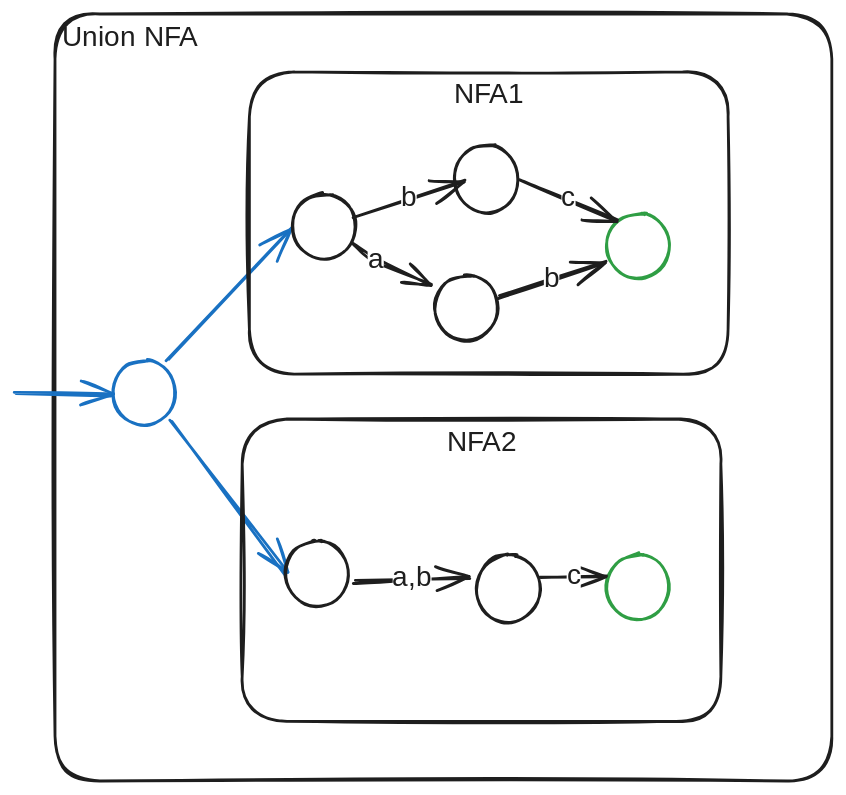
This is notes/media/union-2.excalidraw.svg from vk-cs-foundations-fall-25/shared-notes, a Excalidraw export, as it was before one commit. Source tidied: one line per element, renumbered; positions are measured from the earlier drawing's top-left corner, leaving out a move shared by most shapes.
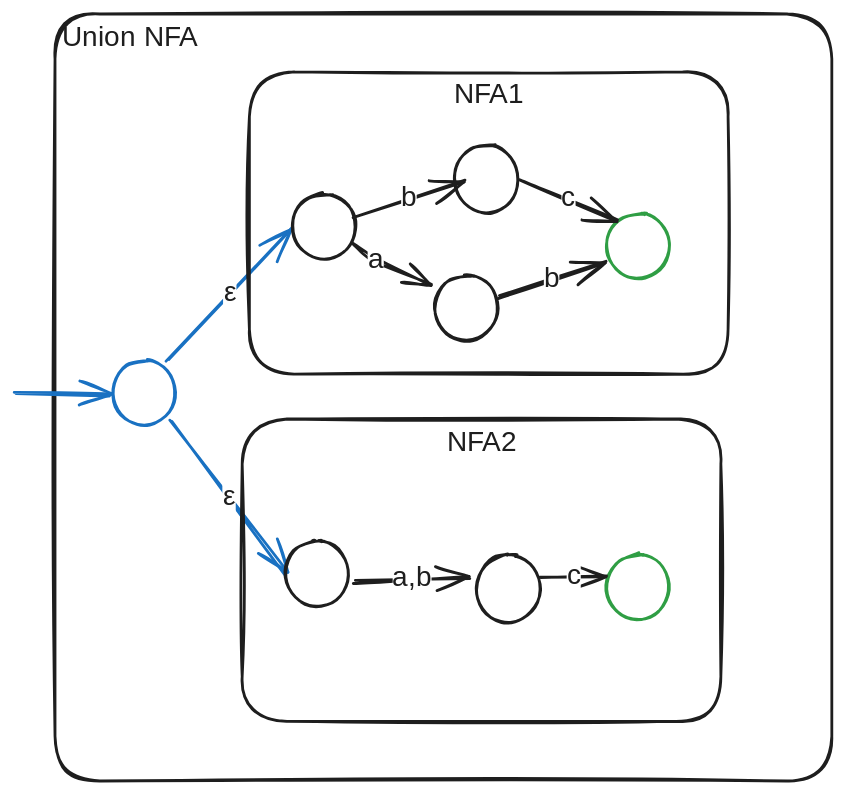
After the change.

The edit, as a diff of the source:
```diff
@@ -2,8 +2,10 @@
 {"id": 1, "type": "text", "text": "Union NFA", "strokeColor": "#1e1e1e", "strokeWidth": 2, "roughness": 1, "fontSize": 20, "fontFamily": 5, "inside": 0, "x": 33, "y": 5, "width": 98, "height": 25}
 {"id": 2, "type": "ellipse", "strokeColor": "#1971c2", "strokeWidth": 2, "roughness": 1, "round": true, "x": 69, "y": 247, "width": 45, "height": 47}
 {"id": 3, "type": "arrow", "strokeColor": "#1971c2", "strokeWidth": 2, "roughness": 1, "endArrowhead": "arrow", "round": true, "from": 2, "x": 108, "y": 248, "width": 90, "height": 96, "points": [[0, 0], [90, -96]]}
+{"id": 29, "type": "text", "text": "ε", "strokeColor": "#1e1e1e", "strokeWidth": 2, "roughness": 1, "fontSize": 20, "fontFamily": 5, "textAlign": "center", "verticalAlign": "middle", "inside": 3, "x": 148, "y": 188, "width": 10, "height": 25}
 {"id": 4, "type": "arrow", "strokeColor": "#1971c2", "strokeWidth": 2, "roughness": 1, "endArrowhead": "arrow", "round": true, "from": 2, "x": 112, "y": 291, "width": 81, "height": 109, "points": [[0, 0], [81, 109]]}
+{"id": 30, "type": "text", "text": "ε", "strokeColor": "#1e1e1e", "strokeWidth": 2, "roughness": 1, "fontSize": 20, "fontFamily": 5, "textAlign": "center", "verticalAlign": "middle", "inside": 4, "x": 148, "y": 333, "width": 10, "height": 25}
-{"id": 5, "type": "arrow", "strokeColor": "#1971c2", "strokeWidth": 2, "roughness": 1, "endArrowhead": "arrow", "round": true, "to": 2, "x": 0, "y": 271, "width": 69, "height": 1, "points": [[0, 0], [69, 1]]}
+{"id": 5, "type": "arrow", "strokeColor": "#1971c2", "strokeWidth": 2, "roughness": 1, "endArrowhead": "arrow", "round": true, "to": 2, "x": 0, "y": 271, "width": 68, "height": 1, "points": [[0, 0], [68, 1]]}
 {"id": 6, "type": "rectangle", "strokeColor": "#1e1e1e", "strokeWidth": 2, "roughness": 1, "round": true, "x": 162, "y": 289, "width": 342, "height": 216}
 {"id": 7, "type": "text", "text": "NFA2", "strokeColor": "#1e1e1e", "strokeWidth": 2, "roughness": 1, "fontSize": 20, "fontFamily": 5, "textAlign": "center", "inside": 6, "x": 307, "y": 294, "width": 51, "height": 25}
 {"id": 8, "type": "rectangle", "strokeColor": "#1e1e1e", "strokeWidth": 2, "roughness": 1, "round": true, "x": 167, "y": 41, "width": 342, "height": 216}
```
